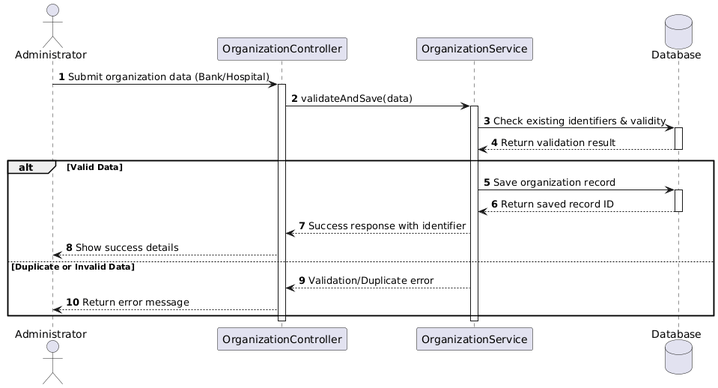
Before: docs/uml/Sequence/SQ-01-MaintainOrg.png, a diagram exported from PlantUML (TitanDevX/BloodBankPlatformUni). The source it was exported from:
```plantuml
@startuml
autonumber

actor Administrator as Admin
participant "OrganizationController" as Ctrl
participant "OrganizationService" as Svc
database "Database" as DB

Admin -> Ctrl: Submit organization data (Bank/Hospital)
activate Ctrl

Ctrl -> Svc: validateAndSave(data)
activate Svc

Svc -> DB: Check existing identifiers & validity
activate DB
DB --> Svc: Return validation result
deactivate DB

alt Valid Data
    Svc -> DB: Save organization record
    activate DB
    DB --> Svc: Return saved record ID
    deactivate DB
    Svc --> Ctrl: Success response with identifier
    Ctrl --> Admin: Show success details
else Duplicate or Invalid Data
    Svc --> Ctrl: Validation/Duplicate error
    Ctrl --> Admin: Return error message
end

deactivate Svc
deactivate Ctrl
@enduml
```
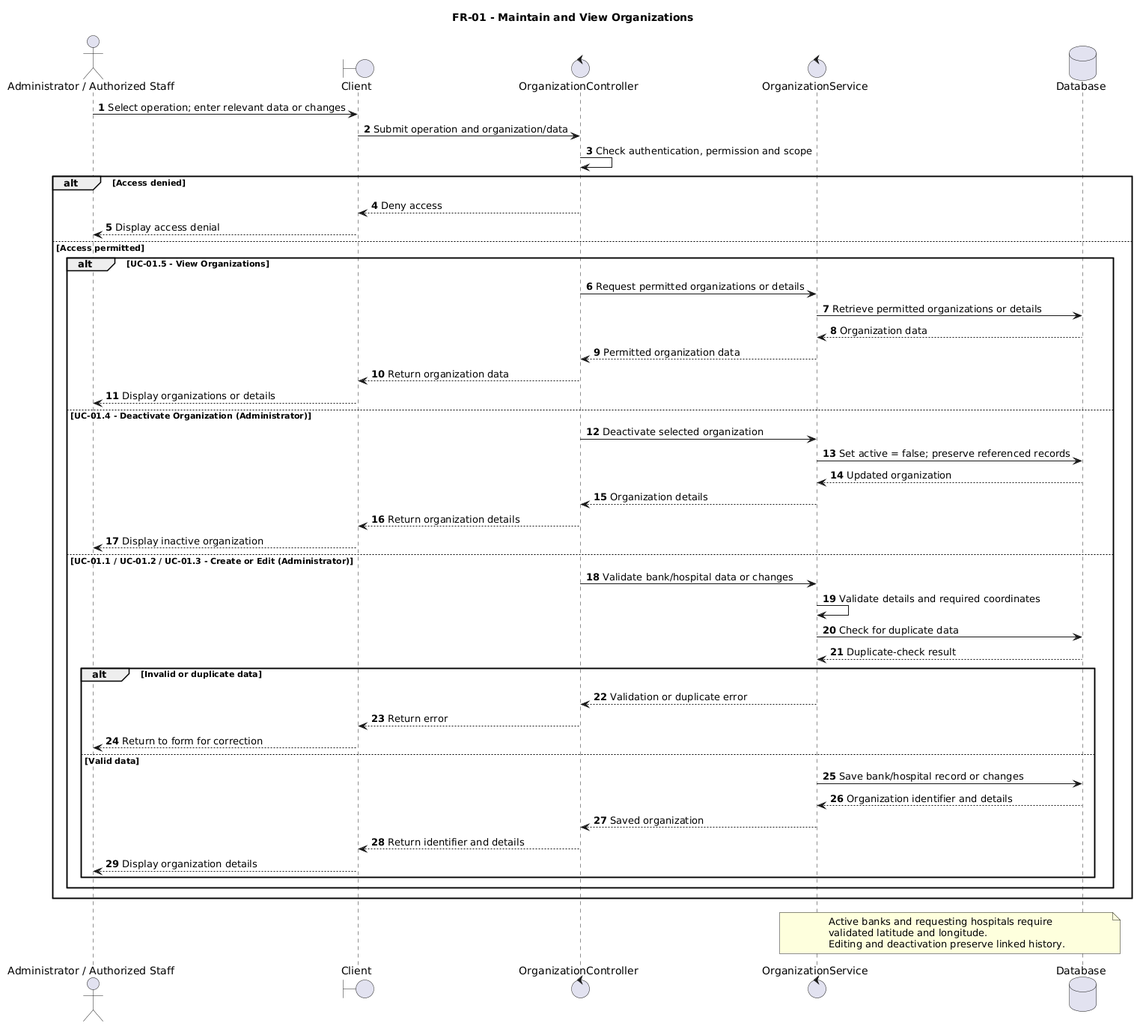
After the change.

Change to the diagram source:
```diff
@@ -1,34 +1,53 @@
 @startuml
+title FR-01 - Maintain and View Organizations
 autonumber
-
-actor Administrator as Admin
-participant "OrganizationController" as Ctrl
-participant "OrganizationService" as Svc
+actor "Administrator / Authorized Staff" as Actor
+boundary "Client" as Client
+control "OrganizationController" as Ctrl
+control "OrganizationService" as Svc
 database "Database" as DB
-
-Admin -> Ctrl: Submit organization data (Bank/Hospital)
-activate Ctrl
-
-Ctrl -> Svc: validateAndSave(data)
-activate Svc
-
-Svc -> DB: Check existing identifiers & validity
-activate DB
-DB --> Svc: Return validation result
-deactivate DB
-
-alt Valid Data
-    Svc -> DB: Save organization record
-    activate DB
-    DB --> Svc: Return saved record ID
-    deactivate DB
-    Svc --> Ctrl: Success response with identifier
-    Ctrl --> Admin: Show success details
-else Duplicate or Invalid Data
-    Svc --> Ctrl: Validation/Duplicate error
-    Ctrl --> Admin: Return error message
+Actor -> Client: Select operation; enter relevant data or changes
+Client -> Ctrl: Submit operation and organization/data
+Ctrl -> Ctrl: Check authentication, permission and scope
+alt Access denied
+  Ctrl --> Client: Deny access
+  Client --> Actor: Display access denial
+else Access permitted
+  alt UC-01.5 - View Organizations
+    Ctrl -> Svc: Request permitted organizations or details
+    Svc -> DB: Retrieve permitted organizations or details
+    DB --> Svc: Organization data
+    Svc --> Ctrl: Permitted organization data
+    Ctrl --> Client: Return organization data
+    Client --> Actor: Display organizations or details
+  else UC-01.4 - Deactivate Organization (Administrator)
+    Ctrl -> Svc: Deactivate selected organization
+    Svc -> DB: Set active = false; preserve referenced records
+    DB --> Svc: Updated organization
+    Svc --> Ctrl: Organization details
+    Ctrl --> Client: Return organization details
+    Client --> Actor: Display inactive organization
+  else UC-01.1 / UC-01.2 / UC-01.3 - Create or Edit (Administrator)
+    Ctrl -> Svc: Validate bank/hospital data or changes
+    Svc -> Svc: Validate details and required coordinates
+    Svc -> DB: Check for duplicate data
+    DB --> Svc: Duplicate-check result
+    alt Invalid or duplicate data
+      Svc --> Ctrl: Validation or duplicate error
+      Ctrl --> Client: Return error
+      Client --> Actor: Return to form for correction
+    else Valid data
+      Svc -> DB: Save bank/hospital record or changes
+      DB --> Svc: Organization identifier and details
+      Svc --> Ctrl: Saved organization
+      Ctrl --> Client: Return identifier and details
+      Client --> Actor: Display organization details
+    end
+  end
 end
-
-deactivate Svc
-deactivate Ctrl
+note over Svc, DB
+  Active banks and requesting hospitals require
+  validated latitude and longitude.
+  Editing and deactivation preserve linked history.
+end note
 @enduml
```
